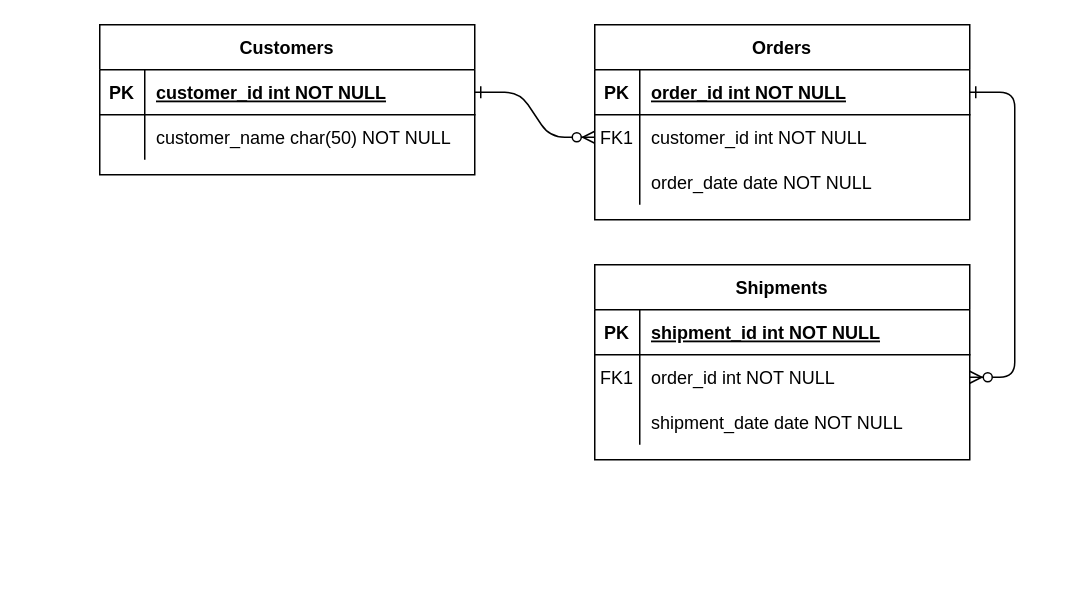
Earlier version of the draw.io diagram e-shop.drawio (DulamaA/ER-diagrams). Source tidied: cells renumbered, new cells numbered last; positions are measured from the earlier drawing's top-left corner, leaving out a move shared by most shapes. Both pictures are drawn from the tidied source at 150%, with x=0, y=0 at pixel (99, 24).
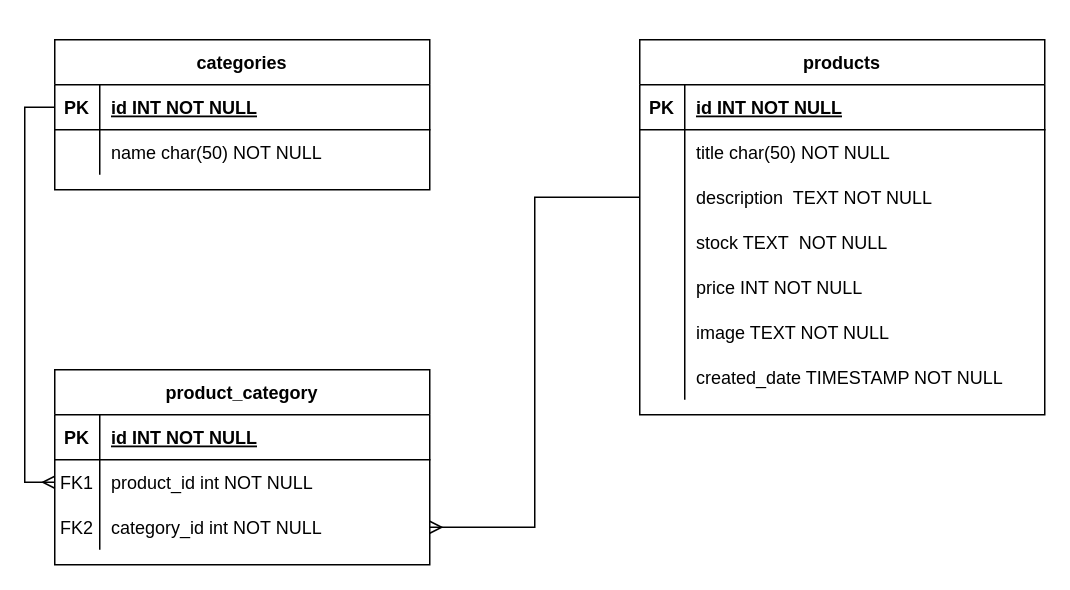
The same diagram, later.

The change refers to these unchanged cells:
```xml
<mxCell id="5" style="shape=partialRectangle;fillColor=none;points=[[0,0.5],[1,0.5]];portConstraint=eastwest;top=0;left=0;right=0;bottom=1;" parent="4" vertex="1">
  <mxGeometry y="30" width="250" height="30" as="geometry" />
</mxCell>
<mxCell id="8" style="shape=partialRectangle;fillColor=none;points=[[0,0.5],[1,0.5]];portConstraint=eastwest;top=0;left=0;right=0;bottom=0;" parent="4" vertex="1">
  <mxGeometry y="60" width="250" height="30" as="geometry" />
</mxCell>
<mxCell id="11" style="shape=partialRectangle;fillColor=none;points=[[0,0.5],[1,0.5]];portConstraint=eastwest;top=0;left=0;right=0;bottom=0;" parent="4" vertex="1">
  <mxGeometry y="90" width="250" height="30" as="geometry" />
</mxCell>
<mxCell id="25" style="shape=partialRectangle;fillColor=none;points=[[0,0.5],[1,0.5]];portConstraint=eastwest;top=0;left=0;right=0;bottom=1;" parent="24" vertex="1">
  <mxGeometry y="30" width="250" height="30" as="geometry" />
</mxCell>
<mxCell id="28" style="shape=partialRectangle;fillColor=none;top=0;left=0;right=0;bottom=0;" parent="24" vertex="1">
  <mxGeometry y="60" width="250" height="30" as="geometry" />
</mxCell>
```

Diff of the diagram source:
```diff
@@
-    <mxCell id="2" style="edgeStyle=entityRelationEdgeStyle;endArrow=ERzeroToMany;startArrow=ERone;endFill=1;startFill=0;" parent="1" edge="1" source="25" target="8">
-      <mxGeometry relative="1" as="geometry" />
-    </mxCell>
-    <mxCell id="3" style="edgeStyle=entityRelationEdgeStyle;endArrow=ERzeroToMany;startArrow=ERone;endFill=1;startFill=0;" parent="1" edge="1" source="5" target="18">
-      <mxGeometry relative="1" as="geometry" />
-    </mxCell>
-    <mxCell id="4" value="Orders" style="shape=table;startSize=30;childLayout=tableLayout;rowLines=0;fontStyle=1;align=center;" parent="1" vertex="1">
-      <mxGeometry x="330" width="250" height="130" as="geometry" />
+    <mxCell id="4" value="product_category" style="shape=table;startSize=30;childLayout=tableLayout;rowLines=0;fontStyle=1;align=center;fillColor=default;gradientColor=none;" parent="1" vertex="1">
+      <mxGeometry x="-30" y="230" width="250" height="130" as="geometry" />
     </mxCell>
@@
-    <mxCell id="7" value="order_id int NOT NULL " style="shape=partialRectangle;overflow=hidden;fillColor=none;top=0;left=0;bottom=0;right=0;align=left;spacingLeft=6;fontStyle=5;" parent="5" vertex="1">
+    <mxCell id="7" value="id INT NOT NULL " style="shape=partialRectangle;overflow=hidden;fillColor=none;top=0;left=0;bottom=0;right=0;align=left;spacingLeft=6;fontStyle=5;" parent="5" vertex="1">
       <mxGeometry x="30" width="220" height="30" as="geometry" />
     </mxCell>
@@
-    <mxCell id="10" value="customer_id int NOT NULL" style="shape=partialRectangle;overflow=hidden;fillColor=none;top=0;left=0;bottom=0;right=0;align=left;spacingLeft=6;" parent="8" vertex="1">
+    <mxCell id="10" value="product_id int NOT NULL" style="shape=partialRectangle;overflow=hidden;fillColor=none;top=0;left=0;bottom=0;right=0;align=left;spacingLeft=6;" parent="8" vertex="1">
       <mxGeometry x="30" width="220" height="30" as="geometry" />
     </mxCell>
@@
-    <mxCell id="12" style="shape=partialRectangle;overflow=hidden;fillColor=none;top=0;left=0;bottom=0;right=0;" parent="11" vertex="1">
+    <mxCell id="12" value="FK2" style="shape=partialRectangle;overflow=hidden;fillColor=none;top=0;left=0;bottom=0;right=0;" parent="11" vertex="1">
       <mxGeometry width="30" height="30" as="geometry" />
     </mxCell>
-    <mxCell id="13" value="order_date date NOT NULL" style="shape=partialRectangle;overflow=hidden;fillColor=none;top=0;left=0;bottom=0;right=0;align=left;spacingLeft=6;" parent="11" vertex="1">
+    <mxCell id="13" value="category_id int NOT NULL" style="shape=partialRectangle;overflow=hidden;fillColor=none;top=0;left=0;bottom=0;right=0;align=left;spacingLeft=6;" parent="11" vertex="1">
       <mxGeometry x="30" width="220" height="30" as="geometry" />
     </mxCell>
-    <mxCell id="14" value="Shipments" style="shape=table;startSize=30;childLayout=tableLayout;rowLines=0;fontStyle=1;align=center;" parent="1" vertex="1">
-      <mxGeometry x="330" y="160" width="250" height="130" as="geometry" />
+    <mxCell id="14" value="products" style="shape=table;startSize=30;childLayout=tableLayout;rowLines=0;fontStyle=1;align=center;" parent="1" vertex="1">
+      <mxGeometry x="360" y="10" width="270" height="250" as="geometry" />
     </mxCell>
     <mxCell id="15" style="shape=partialRectangle;fillColor=none;top=0;left=0;right=0;bottom=1;" parent="14" vertex="1">
-      <mxGeometry y="30" width="250" height="30" as="geometry" />
+      <mxGeometry y="30" width="270" height="30" as="geometry" />
     </mxCell>
@@
-    <mxCell id="17" value="shipment_id int NOT NULL " style="shape=partialRectangle;overflow=hidden;fillColor=none;top=0;left=0;bottom=0;right=0;align=left;spacingLeft=6;fontStyle=5;" parent="15" vertex="1">
-      <mxGeometry x="30" width="220" height="30" as="geometry" />
+    <mxCell id="17" value="id INT NOT NULL " style="shape=partialRectangle;overflow=hidden;fillColor=none;top=0;left=0;bottom=0;right=0;align=left;spacingLeft=6;fontStyle=5;" parent="15" vertex="1">
+      <mxGeometry x="30" width="240" height="30" as="geometry" />
     </mxCell>
     <mxCell id="18" style="shape=partialRectangle;fillColor=none;points=[[0,0.5],[1,0.5]];portConstraint=eastwest;top=0;left=0;right=0;bottom=0;" parent="14" vertex="1">
-      <mxGeometry y="60" width="250" height="30" as="geometry" />
+      <mxGeometry y="60" width="270" height="30" as="geometry" />
     </mxCell>
-    <mxCell id="19" value="FK1" style="shape=partialRectangle;overflow=hidden;fillColor=none;top=0;left=0;bottom=0;right=0;" parent="18" vertex="1">
+    <mxCell id="19" style="shape=partialRectangle;overflow=hidden;fillColor=none;top=0;left=0;bottom=0;right=0;" parent="18" vertex="1">
       <mxGeometry width="30" height="30" as="geometry" />
     </mxCell>
-    <mxCell id="20" value="order_id int NOT NULL" style="shape=partialRectangle;overflow=hidden;fillColor=none;top=0;left=0;bottom=0;right=0;align=left;spacingLeft=6;" parent="18" vertex="1">
-      <mxGeometry x="30" width="220" height="30" as="geometry" />
+    <mxCell id="20" value="title char(50) NOT NULL" style="shape=partialRectangle;overflow=hidden;fillColor=none;top=0;left=0;bottom=0;right=0;align=left;spacingLeft=6;" parent="18" vertex="1">
+      <mxGeometry x="30" width="240" height="30" as="geometry" />
     </mxCell>
     <mxCell id="21" style="shape=partialRectangle;fillColor=none;points=[[0,0.5],[1,0.5]];portConstraint=eastwest;top=0;left=0;right=0;bottom=0;" parent="14" vertex="1">
-      <mxGeometry y="90" width="250" height="30" as="geometry" />
+      <mxGeometry y="90" width="270" height="30" as="geometry" />
     </mxCell>
@@
-    <mxCell id="23" value="shipment_date date NOT NULL" style="shape=partialRectangle;overflow=hidden;fillColor=none;top=0;left=0;bottom=0;right=0;align=left;spacingLeft=6;" parent="21" vertex="1">
-      <mxGeometry x="30" width="220" height="30" as="geometry" />
+    <mxCell id="23" value="description  TEXT NOT NULL" style="shape=partialRectangle;overflow=hidden;fillColor=none;top=0;left=0;bottom=0;right=0;align=left;spacingLeft=6;" parent="21" vertex="1">
+      <mxGeometry x="30" width="240" height="30" as="geometry" />
     </mxCell>
+    <mxCell id="31" style="shape=partialRectangle;fillColor=none;top=0;left=0;right=0;bottom=0;" parent="14" vertex="1">
+      <mxGeometry y="120" width="270" height="30" as="geometry" />
+    </mxCell>
+    <mxCell id="32" style="shape=partialRectangle;overflow=hidden;fillColor=none;top=0;left=0;bottom=0;right=0;" parent="31" vertex="1">
+      <mxGeometry width="30" height="30" as="geometry" />
+    </mxCell>
+    <mxCell id="33" value="stock TEXT  NOT NULL" style="shape=partialRectangle;overflow=hidden;fillColor=none;top=0;left=0;bottom=0;right=0;align=left;spacingLeft=6;" parent="31" vertex="1">
+      <mxGeometry x="30" width="240" height="30" as="geometry" />
+    </mxCell>
+    <mxCell id="34" style="shape=partialRectangle;fillColor=none;top=0;left=0;right=0;bottom=0;" parent="14" vertex="1">
+      <mxGeometry y="150" width="270" height="30" as="geometry" />
+    </mxCell>
+    <mxCell id="35" style="shape=partialRectangle;overflow=hidden;fillColor=none;top=0;left=0;bottom=0;right=0;" parent="34" vertex="1">
+      <mxGeometry width="30" height="30" as="geometry" />
+    </mxCell>
+    <mxCell id="36" value="price INT NOT NULL" style="shape=partialRectangle;overflow=hidden;fillColor=none;top=0;left=0;bottom=0;right=0;align=left;spacingLeft=6;" parent="34" vertex="1">
+      <mxGeometry x="30" width="240" height="30" as="geometry" />
+    </mxCell>
+    <mxCell id="37" style="shape=partialRectangle;fillColor=none;top=0;left=0;right=0;bottom=0;" parent="14" vertex="1">
+      <mxGeometry y="180" width="270" height="30" as="geometry" />
+    </mxCell>
+    <mxCell id="38" style="shape=partialRectangle;overflow=hidden;fillColor=none;top=0;left=0;bottom=0;right=0;" parent="37" vertex="1">
+      <mxGeometry width="30" height="30" as="geometry" />
+    </mxCell>
+    <mxCell id="39" value="image TEXT NOT NULL" style="shape=partialRectangle;overflow=hidden;fillColor=none;top=0;left=0;bottom=0;right=0;align=left;spacingLeft=6;" parent="37" vertex="1">
+      <mxGeometry x="30" width="240" height="30" as="geometry" />
+    </mxCell>
+    <mxCell id="40" style="shape=partialRectangle;fillColor=none;top=0;left=0;right=0;bottom=0;" parent="14" vertex="1">
+      <mxGeometry y="210" width="270" height="30" as="geometry" />
+    </mxCell>
+    <mxCell id="41" style="shape=partialRectangle;overflow=hidden;fillColor=none;top=0;left=0;bottom=0;right=0;" parent="40" vertex="1">
+      <mxGeometry width="30" height="30" as="geometry" />
+    </mxCell>
+    <mxCell id="42" value="created_date TIMESTAMP NOT NULL" style="shape=partialRectangle;overflow=hidden;fillColor=none;top=0;left=0;bottom=0;right=0;align=left;spacingLeft=6;" parent="40" vertex="1">
+      <mxGeometry x="30" width="240" height="30" as="geometry" />
+    </mxCell>
-    <mxCell id="24" value="Customers" style="shape=table;startSize=30;childLayout=tableLayout;rowLines=0;fontStyle=1;align=center;" parent="1" vertex="1">
-      <mxGeometry width="250" height="100" as="geometry" />
+    <mxCell id="24" value="categories" style="shape=table;startSize=30;childLayout=tableLayout;rowLines=0;fontStyle=1;align=center;" parent="1" vertex="1">
+      <mxGeometry x="-30" y="10" width="250" height="100" as="geometry" />
     </mxCell>
@@
-    <mxCell id="27" value="customer_id int NOT NULL " style="shape=partialRectangle;overflow=hidden;fillColor=none;top=0;left=0;bottom=0;right=0;align=left;spacingLeft=6;fontStyle=5;" parent="25" vertex="1">
+    <mxCell id="27" value="id INT NOT NULL " style="shape=partialRectangle;overflow=hidden;fillColor=none;top=0;left=0;bottom=0;right=0;align=left;spacingLeft=6;fontStyle=5;" parent="25" vertex="1">
       <mxGeometry x="30" width="220" height="30" as="geometry" />
     </mxCell>
@@
-    <mxCell id="30" value="customer_name char(50) NOT NULL" style="shape=partialRectangle;overflow=hidden;fillColor=none;top=0;left=0;bottom=0;right=0;align=left;spacingLeft=6;" parent="28" vertex="1">
+    <mxCell id="30" value="name char(50) NOT NULL" style="shape=partialRectangle;overflow=hidden;fillColor=none;top=0;left=0;bottom=0;right=0;align=left;spacingLeft=6;" parent="28" vertex="1">
       <mxGeometry x="30" width="220" height="30" as="geometry" />
     </mxCell>
+    <mxCell id="2" style="edgeStyle=orthogonalEdgeStyle;rounded=0;jettySize=auto;html=1;entryX=0;entryY=0.5;entryDx=0;entryDy=0;endArrow=ERmany;endFill=0;" parent="1" edge="1" source="25" target="8">
+      <mxGeometry relative="1" as="geometry" />
+    </mxCell>
+    <mxCell id="43" style="edgeStyle=orthogonalEdgeStyle;rounded=0;jettySize=auto;html=1;entryX=1;entryY=0.5;entryDx=0;entryDy=0;endArrow=ERmany;endFill=0;" parent="1" edge="1" source="21" target="11">
+      <mxGeometry relative="1" as="geometry" />
+    </mxCell>
```
